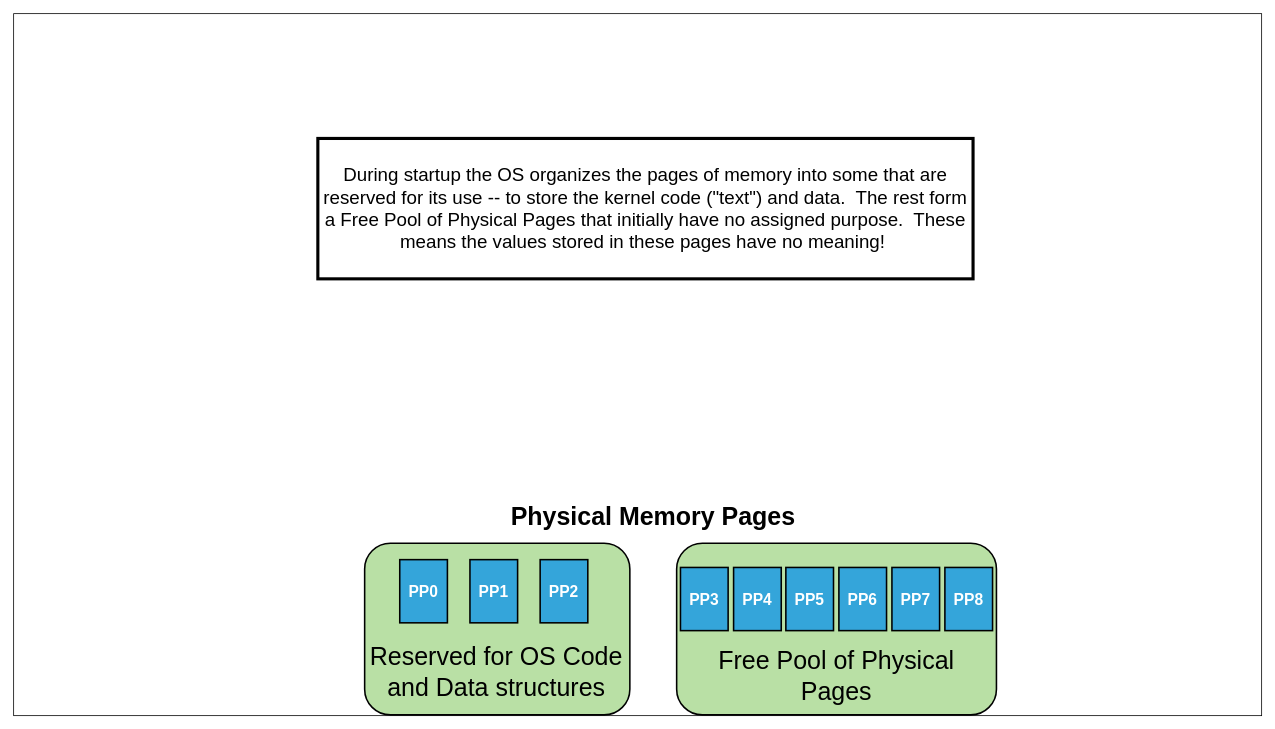
This is page "PhyMem-005" (5 of 27) of underthecovers/images/src/VMM.drawio from jappavoo/UndertheCovers, a draw.io file, before an edit. Source tidied: cells renumbered, new cells numbered last; positions are measured from the earlier drawing's top-left corner, leaving out a move shared by most shapes. Both pictures are drawn from the tidied source at 78%, with x=0, y=0 at pixel (13, 13).
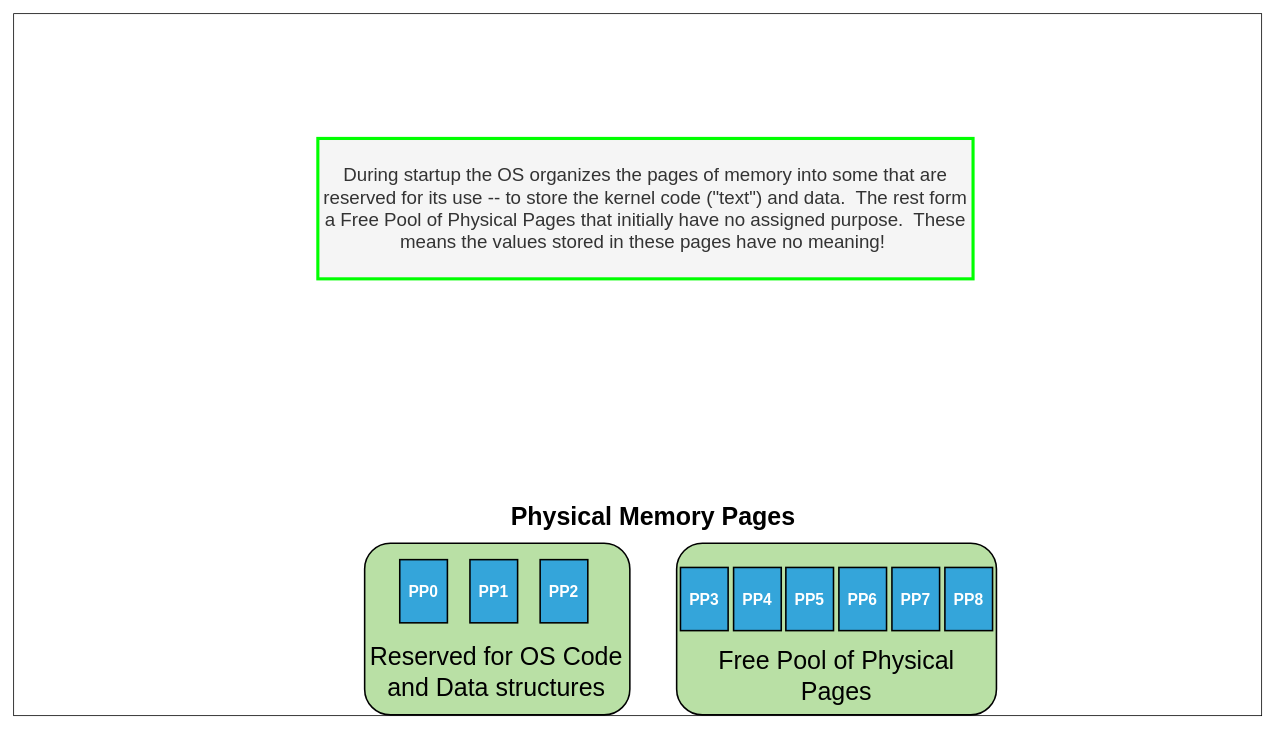
The same page after the edit.

Change to the diagram source:
```diff
@@
 <mxGraphModel>
   <root>
     <mxCell id="0" />
     <mxCell id="1" parent="0" />
     <mxCell id="2" style="rounded=0;whiteSpace=wrap;html=1;fontSize=20;fillColor=default;" parent="1" vertex="1">
       <mxGeometry width="1600" height="900" as="geometry" />
     </mxCell>
-    <mxCell id="3" value="During startup the OS organizes the pages of memory into some that are reserved for its use -- to store the kernel code (&quot;text&quot;) and data.&amp;nbsp; The rest form a Free Pool of Physical Pages that initially have no assigned purpose.&amp;nbsp; These means the values stored in these pages have no meaning!&amp;nbsp;" style="rounded=0;whiteSpace=wrap;html=1;strokeWidth=4;fontSize=24;" parent="1" vertex="1">
+    <mxCell id="3" value="During startup the OS organizes the pages of memory into some that are reserved for its use -- to store the kernel code (&quot;text&quot;) and data.&amp;nbsp; The rest form a Free Pool of Physical Pages that initially have no assigned purpose.&amp;nbsp; These means the values stored in these pages have no meaning!&amp;nbsp;" style="rounded=0;whiteSpace=wrap;html=1;strokeWidth=4;fontSize=24;fillColor=#f5f5f5;fontColor=#333333;strokeColor=#00FF00;" parent="1" vertex="1">
       <mxGeometry x="390" y="160" width="840" height="180" as="geometry" />
     </mxCell>
     <mxCell id="4" value="Physical Memory Pages" style="text;html=1;strokeColor=none;fillColor=none;align=center;verticalAlign=middle;whiteSpace=wrap;rounded=0;strokeWidth=4;fontSize=32;fontStyle=1;" parent="1" vertex="1">
       <mxGeometry x="620" y="630" width="400" height="30" as="geometry" />
     </mxCell>
     <mxCell id="5" style="rounded=1;whiteSpace=wrap;html=1;strokeWidth=2;fillColor=#B9E0A5;" parent="1" vertex="1">
       <mxGeometry x="850" y="679" width="410" height="220" as="geometry" />
     </mxCell>
     <mxCell id="6" style="rounded=1;whiteSpace=wrap;html=1;strokeWidth=2;fillColor=#B9E0A5;" parent="1" vertex="1">
       <mxGeometry x="450" y="679" width="340" height="220" as="geometry" />
     </mxCell>
     <mxCell id="7" value="Reserved for OS Code and Data structures" style="text;html=1;strokeColor=none;fillColor=none;align=center;verticalAlign=middle;whiteSpace=wrap;rounded=0;fontSize=32;" parent="1" vertex="1">
       <mxGeometry x="450" y="799" width="338" height="90" as="geometry" />
     </mxCell>
     <mxCell id="8" value="Free Pool of Physical Pages" style="text;html=1;strokeColor=none;fillColor=none;align=center;verticalAlign=middle;whiteSpace=wrap;rounded=0;fontSize=32;" parent="1" vertex="1">
       <mxGeometry x="860" y="799" width="390" height="100" as="geometry" />
     </mxCell>
     <mxCell id="9" value="&lt;font style=&quot;font-size: 20px;&quot;&gt;PP0&lt;/font&gt;" style="rounded=0;whiteSpace=wrap;html=1;strokeWidth=2;fillColor=#34A5DA;fontColor=#FFFFFF;fontSize=20;fontStyle=1;" parent="1" vertex="1">
       <mxGeometry x="495" y="700" width="61.1" height="81" as="geometry" />
     </mxCell>
     <mxCell id="10" value="PP1" style="rounded=0;whiteSpace=wrap;html=1;strokeWidth=2;fillColor=#34A5DA;fontSize=20;fontColor=#FFFFFF;fontStyle=1;" parent="1" vertex="1">
       <mxGeometry x="585" y="700" width="61.1" height="81" as="geometry" />
     </mxCell>
     <mxCell id="11" value="PP2" style="rounded=0;whiteSpace=wrap;html=1;strokeWidth=2;fillColor=#34A5DA;fontSize=20;fontColor=#FFFFFF;fontStyle=1;" parent="1" vertex="1">
       <mxGeometry x="675" y="700" width="61.1" height="81" as="geometry" />
     </mxCell>
     <mxCell id="12" value="PP3" style="rounded=0;whiteSpace=wrap;html=1;strokeWidth=2;fillColor=#34A5DA;fontSize=20;fontColor=#FFFFFF;fontStyle=1;" parent="1" vertex="1">
       <mxGeometry x="854.9" y="710" width="61.1" height="81" as="geometry" />
     </mxCell>
     <mxCell id="13" value="PP4" style="rounded=0;whiteSpace=wrap;html=1;strokeWidth=2;fillColor=#34A5DA;fontSize=20;fontColor=#FFFFFF;fontStyle=1;" parent="1" vertex="1">
       <mxGeometry x="923" y="710" width="61.1" height="81" as="geometry" />
     </mxCell>
     <mxCell id="14" value="PP5" style="rounded=0;whiteSpace=wrap;html=1;strokeWidth=2;fillColor=#34A5DA;fontSize=20;fontColor=#FFFFFF;fontStyle=1;" parent="1" vertex="1">
       <mxGeometry x="990" y="710" width="61.1" height="81" as="geometry" />
     </mxCell>
     <mxCell id="15" value="PP6" style="rounded=0;whiteSpace=wrap;html=1;strokeWidth=2;fillColor=#34A5DA;fontSize=20;fontColor=#FFFFFF;fontStyle=1;" parent="1" vertex="1">
       <mxGeometry x="1058" y="710" width="61.1" height="81" as="geometry" />
     </mxCell>
     <mxCell id="16" value="PP7" style="rounded=0;whiteSpace=wrap;html=1;strokeWidth=2;fillColor=#34A5DA;fontSize=20;fontColor=#FFFFFF;fontStyle=1;" parent="1" vertex="1">
       <mxGeometry x="1126" y="710" width="61.1" height="81" as="geometry" />
     </mxCell>
     <mxCell id="17" value="PP8" style="rounded=0;whiteSpace=wrap;html=1;strokeWidth=2;fillColor=#34A5DA;fontSize=20;fontColor=#FFFFFF;fontStyle=1;" parent="1" vertex="1">
       <mxGeometry x="1193.9" y="710" width="61.1" height="81" as="geometry" />
     </mxCell>
   </root>
 </mxGraphModel>
```
